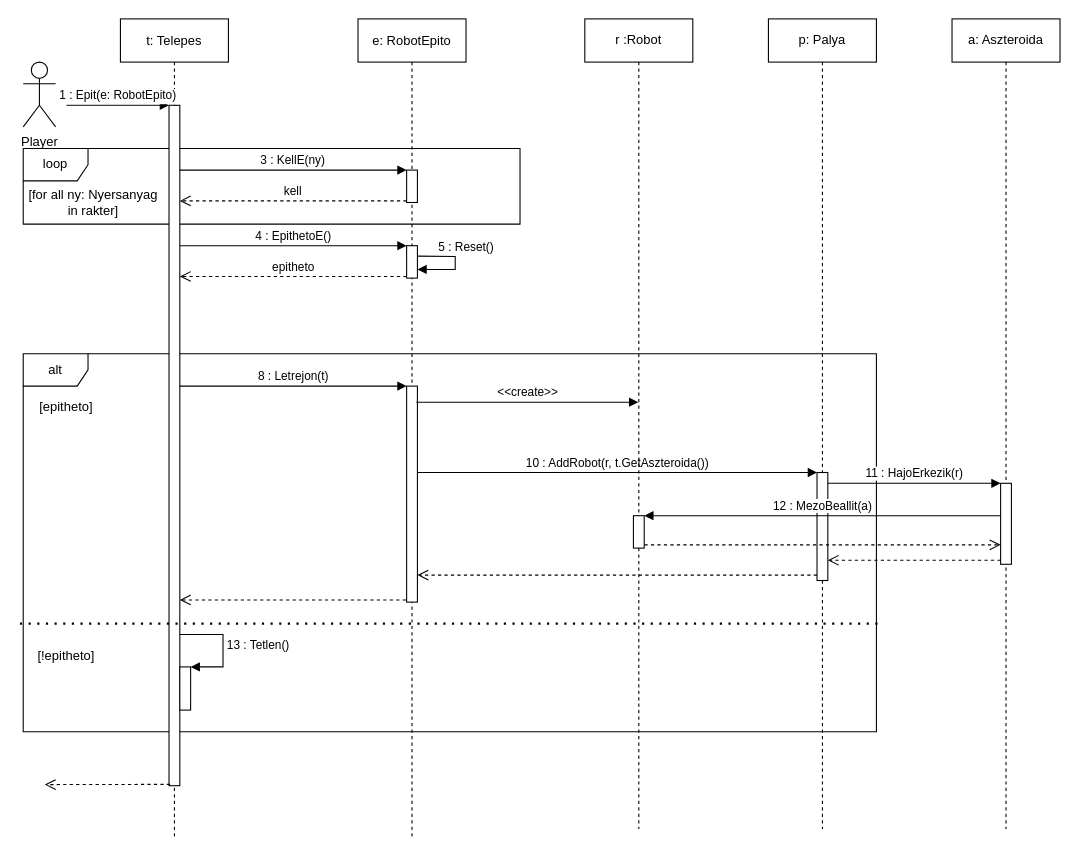
Earlier version of the draw.io diagram doc/uml/szekvencia_robotEpit.drawio (torpeBoiGo/aszteroidabanyaszat). Source tidied: cells renumbered, new cells numbered last; positions are measured from the earlier drawing's top-left corner, leaving out a move shared by most shapes. Both pictures are drawn from the tidied source at 108%, with x=0, y=0 at pixel (19, 18).
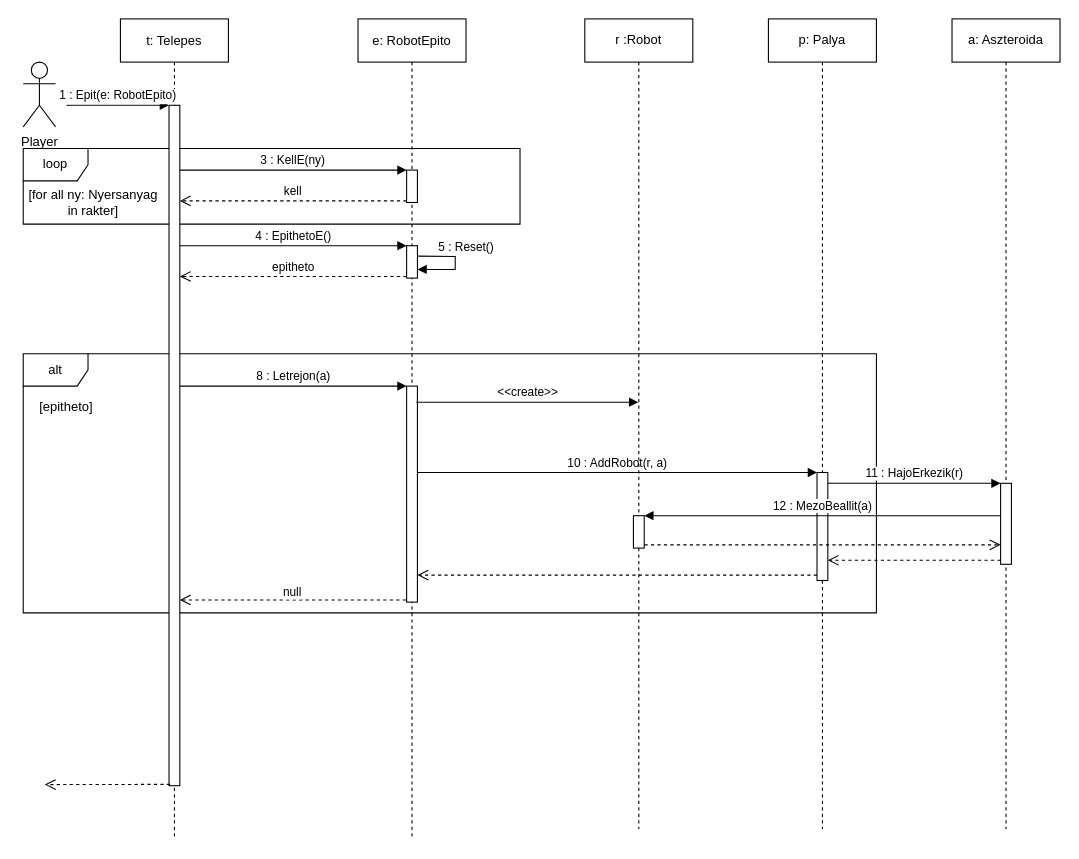
The same diagram, later.

Commit message:
Új általános megoldás

Unchanged cells that the change refers to:
```xml
<mxCell id="5" value="t: Telepes" style="shape=umlLifeline;perimeter=lifelinePerimeter;rounded=0;shadow=0;strokeWidth=1;" parent="1" vertex="1">
  <mxGeometry x="93" width="100" height="760" as="geometry" />
</mxCell>
<mxCell id="7" style="html=1;points=[];perimeter=orthogonalPerimeter;" parent="5" vertex="1">
  <mxGeometry x="45" y="80" width="10" height="630" as="geometry" />
</mxCell>
<mxCell id="13" style="html=1;points=[];perimeter=orthogonalPerimeter;" parent="10" vertex="1">
  <mxGeometry x="45" y="340" width="10" height="200" as="geometry" />
</mxCell>
<mxCell id="21" style="html=1;points=[];perimeter=orthogonalPerimeter;" parent="20" vertex="1">
  <mxGeometry x="45" y="420" width="10" height="100" as="geometry" />
</mxCell>
<mxCell id="34" style="html=1;verticalAlign=bottom;endArrow=open;dashed=1;endSize=8;exitX=-0.06;exitY=0.99;exitDx=0;exitDy=0;exitPerimeter=0;" parent="1" edge="1" source="13" target="7">
  <mxGeometry relative="1" as="geometry" />
</mxCell>
```

The edit, as a diff of the source:
```diff
@@
     <mxCell id="2" value="alt" style="shape=umlFrame;whiteSpace=wrap;html=1;" parent="1" vertex="1">
-      <mxGeometry x="3" y="310" width="790" height="350" as="geometry" />
+      <mxGeometry x="3" y="310" width="790" height="240" as="geometry" />
     </mxCell>
@@
-    <mxCell id="8" style="html=1;points=[];perimeter=orthogonalPerimeter;" parent="5" vertex="1">
-      <mxGeometry x="55" y="600" width="10" height="40" as="geometry" />
-    </mxCell>
-    <mxCell id="9" value="13 : Tetlen()" style="edgeStyle=orthogonalEdgeStyle;html=1;align=left;spacingLeft=2;endArrow=block;rounded=0;entryX=1;entryY=0;" parent="5" edge="1" source="7" target="8">
-      <mxGeometry relative="1" as="geometry">
-        <Array as="points">
-          <mxPoint x="95" y="570" />
-          <mxPoint x="95" y="600" />
-        </Array>
-      </mxGeometry>
-    </mxCell>
@@
-    <mxCell id="22" value="10 : AddRobot(r, t.GetAszteroida())" style="html=1;verticalAlign=bottom;endArrow=block;entryX=0;entryY=0;" parent="1" edge="1" source="13" target="21">
+    <mxCell id="22" value="10 : AddRobot(r, a)" style="html=1;verticalAlign=bottom;endArrow=block;entryX=0;entryY=0;" parent="1" edge="1" source="13" target="21">
       <mxGeometry relative="1" as="geometry" />
     </mxCell>
@@
-    <mxCell id="31" style="endArrow=none;dashed=1;html=1;dashPattern=1 3;strokeWidth=2;" parent="1" edge="1">
-      <mxGeometry relative="1" as="geometry">
-        <mxPoint y="560" as="sourcePoint" />
-        <mxPoint x="800" y="560" as="targetPoint" />
-      </mxGeometry>
-    </mxCell>
-    <mxCell id="32" value="[!epitheto]" style="text;html=1;strokeColor=none;fillColor=none;align=center;verticalAlign=middle;whiteSpace=wrap;rounded=0;" parent="1" vertex="1">
-      <mxGeometry x="23" y="580" width="40" height="20" as="geometry" />
-    </mxCell>
-    <mxCell id="33" value="8 : Letrejon(t)" style="html=1;verticalAlign=bottom;endArrow=block;entryX=0;entryY=0;" parent="1" edge="1" source="7" target="13">
+    <mxCell id="33" value="8 : Letrejon(a)" style="html=1;verticalAlign=bottom;endArrow=block;entryX=0;entryY=0;" parent="1" edge="1" source="7" target="13">
       <mxGeometry relative="1" as="geometry">
         <Array as="points">
           <mxPoint x="223" y="340" />
         </Array>
       </mxGeometry>
     </mxCell>
@@
+    <mxCell id="39" value="null" style="edgeLabel;html=1;align=center;verticalAlign=middle;" parent="34" vertex="1">
+      <mxGeometry x="0.22" y="1" relative="1" as="geometry">
+        <mxPoint x="22.6" y="-9" as="offset" />
+      </mxGeometry>
+    </mxCell>
```
